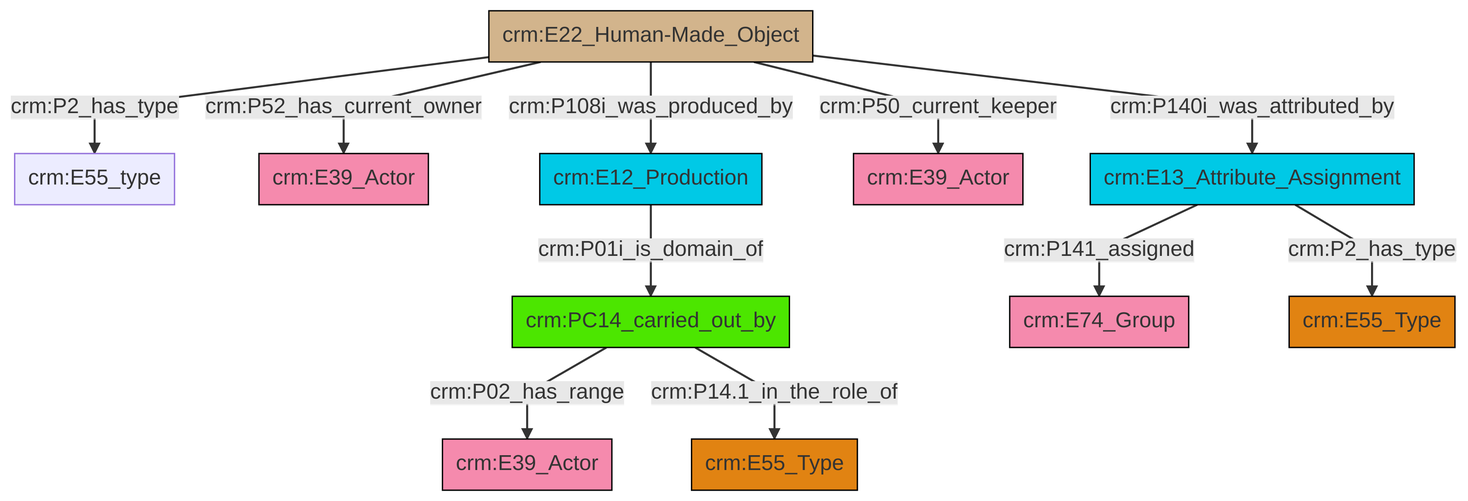
The Mermaid diagram et/artworkCSV/ttl/mmd/png/Artwork_Actor_Relations.png in swiss-art-research-net/reference-data-models, before a commit. Its source is kept beside it as et/artworkCSV/ttl/mmd/Artwork_Actor_Relations.ttl.mmd.
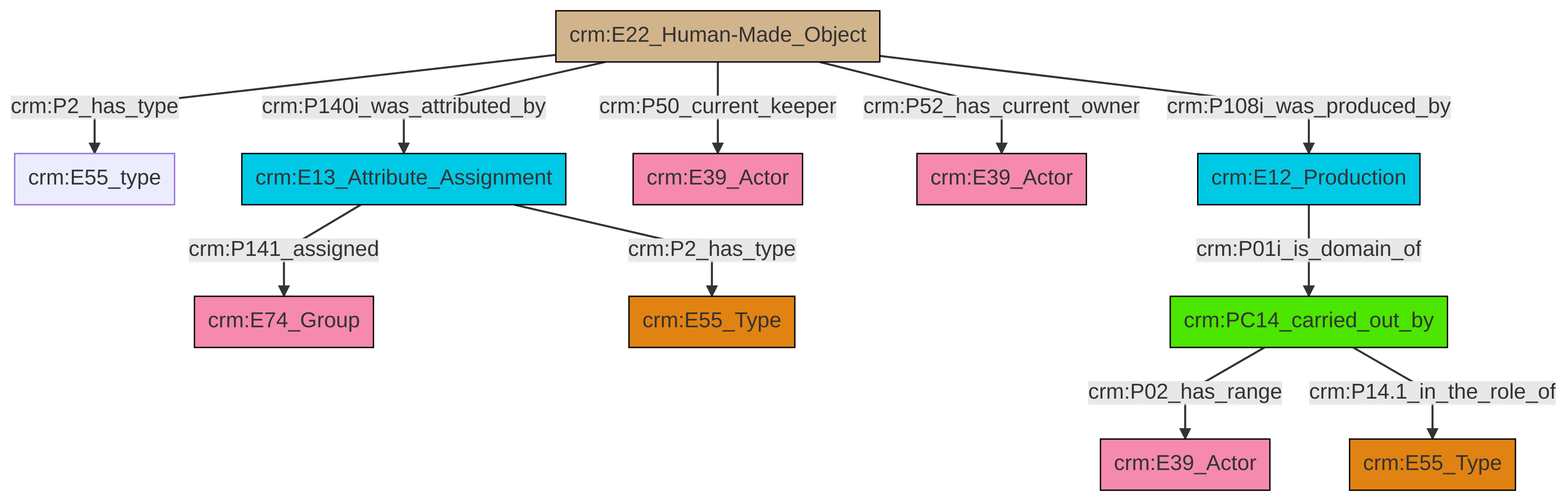
After the change.

What changed in the source:
```diff
@@ -14,12 +14,12 @@
 classDef Multi fill:#cccccc,stroke:#000000;
 
 0["crm:E22_Human-Made_Object"]:::Physical_Thing -->|crm:P2_has_type| 1["crm:E55_type"]:::Default
-2["crm:PC14_carried_out_by"]:::PC_Classes -->|crm:P02_has_range| 6["crm:E39_Actor"]:::Actor
-0["crm:E22_Human-Made_Object"]:::Physical_Thing -->|crm:P140i_was_attributed_by| 9["crm:E13_Attribute_Assignment"]:::Temporal_Entity
-9["crm:E13_Attribute_Assignment"]:::Temporal_Entity -->|crm:P141_assigned| 7["crm:E74_Group"]:::Actor
-2["crm:PC14_carried_out_by"]:::PC_Classes -->|crm:P14.1_in_the_role_of| 10["crm:E55_Type"]:::Type
-0["crm:E22_Human-Made_Object"]:::Physical_Thing -->|crm:P50_current_keeper| 13["crm:E39_Actor"]:::Actor
+6["crm:E12_Production"]:::Temporal_Entity -->|crm:P01i_is_domain_of| 7["crm:PC14_carried_out_by"]:::PC_Classes
+8["crm:E13_Attribute_Assignment"]:::Temporal_Entity -->|crm:P141_assigned| 9["crm:E74_Group"]:::Actor
+0["crm:E22_Human-Made_Object"]:::Physical_Thing -->|crm:P140i_was_attributed_by| 8["crm:E13_Attribute_Assignment"]:::Temporal_Entity
+0["crm:E22_Human-Made_Object"]:::Physical_Thing -->|crm:P50_current_keeper| 10["crm:E39_Actor"]:::Actor
 0["crm:E22_Human-Made_Object"]:::Physical_Thing -->|crm:P52_has_current_owner| 4["crm:E39_Actor"]:::Actor
-16["crm:E12_Production"]:::Temporal_Entity -->|crm:P01i_is_domain_of| 2["crm:PC14_carried_out_by"]:::PC_Classes
-9["crm:E13_Attribute_Assignment"]:::Temporal_Entity -->|crm:P2_has_type| 14["crm:E55_Type"]:::Type
-0["crm:E22_Human-Made_Object"]:::Physical_Thing -->|crm:P108i_was_produced_by| 16["crm:E12_Production"]:::Temporal_Entity
+8["crm:E13_Attribute_Assignment"]:::Temporal_Entity -->|crm:P2_has_type| 2["crm:E55_Type"]:::Type
+7["crm:PC14_carried_out_by"]:::PC_Classes -->|crm:P02_has_range| 17["crm:E39_Actor"]:::Actor
+0["crm:E22_Human-Made_Object"]:::Physical_Thing -->|crm:P108i_was_produced_by| 6["crm:E12_Production"]:::Temporal_Entity
+7["crm:PC14_carried_out_by"]:::PC_Classes -->|crm:P14.1_in_the_role_of| 15["crm:E55_Type"]:::Type
```
